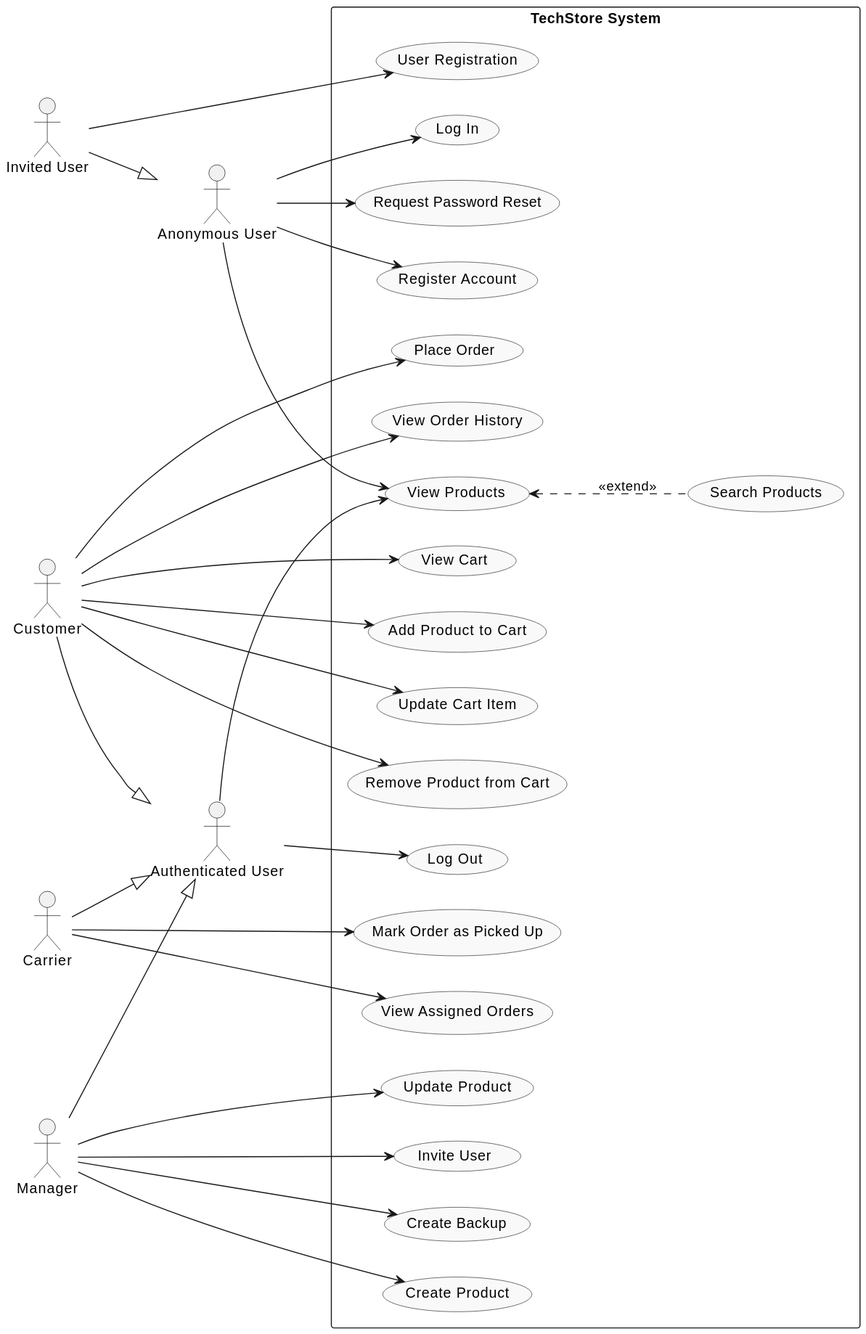
The PlantUML diagram docs/use-case-diagram/use_case_diagram/use_case_diagram.svg in mei-desofs/desofs2026-thu_crr_1, before a commit.
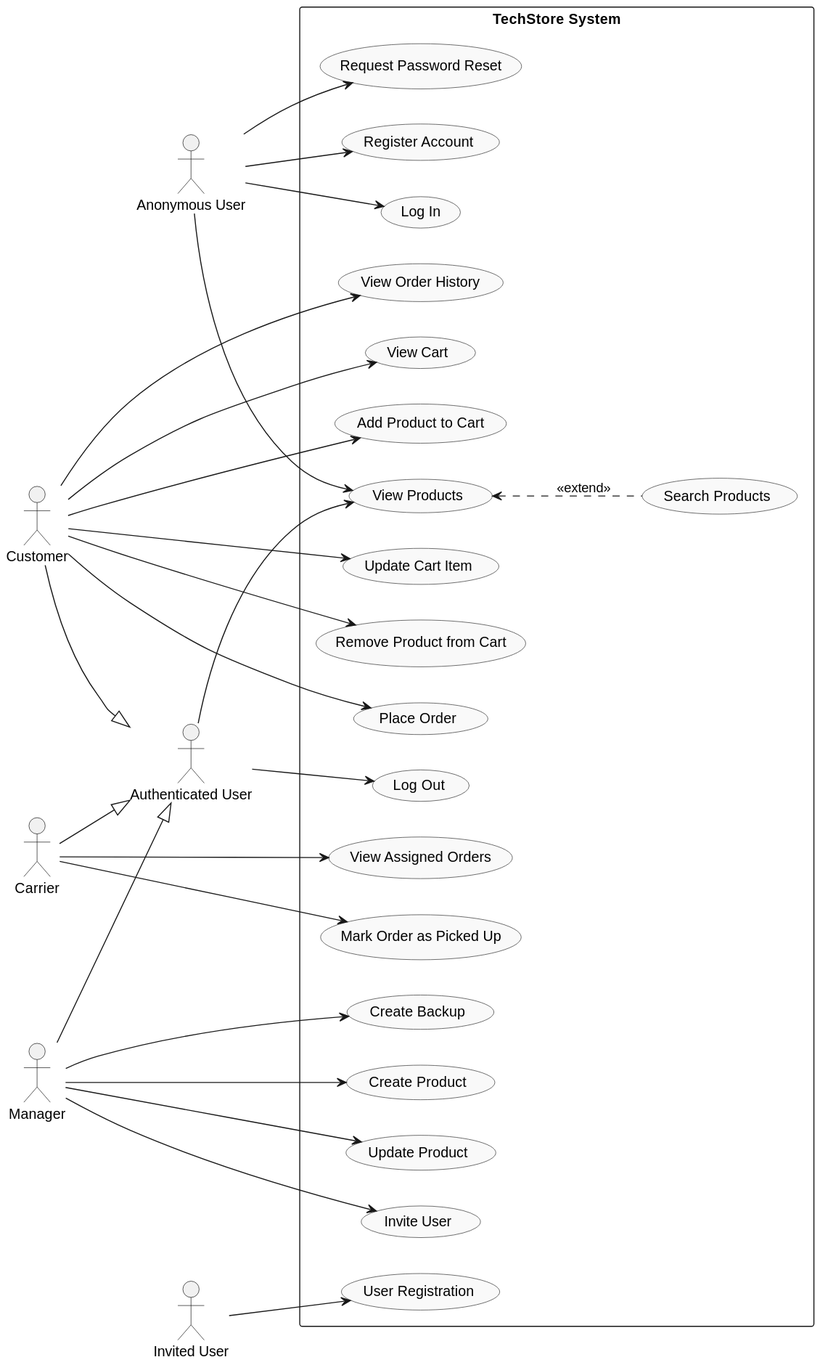
After the change.

Commit message:
docs: update use-case-diagram and functional-requirements (#1)

Diff of the diagram source:
```diff
@@ -17,7 +17,6 @@
 Customer --|> User
 Carrier --|> User
 Manager --|> User
-InvitedUser --|> Anonymous_User
 
 rectangle "TechStore System" {
 
```
